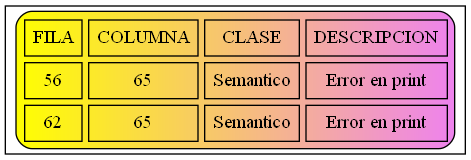
This is Errores.png from JoseMore99/OLC2_P1_201701015, a Graphviz export, as it was before one commit. Its source is kept beside it as Errores.dot.
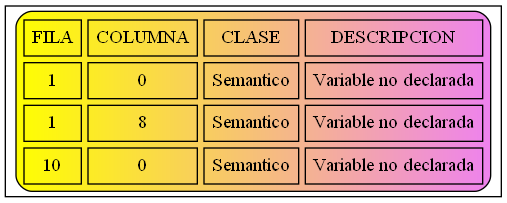
Later version of the same file.

Change to the diagram source:
```diff
@@ -2,7 +2,8 @@
 node [shape=record];
 a0 [label=<<TABLE border="1" cellspacing="5" cellpadding="5" style="rounded" bgcolor="yellow:violet">
 "<TR><TD>FILA</TD><TD>COLUMNA</TD><TD>CLASE</TD><TD>DESCRIPCION</TD></TR>
-<TR><TD>56</TD><TD>65</TD><TD>Semantico</TD><TD>Error en print</TD></TR>
-<TR><TD>62</TD><TD>65</TD><TD>Semantico</TD><TD>Error en print</TD></TR>
+<TR><TD>1</TD><TD>0</TD><TD>Semantico</TD><TD>Variable no declarada</TD></TR>
+<TR><TD>1</TD><TD>8</TD><TD>Semantico</TD><TD>Variable no declarada</TD></TR>
+<TR><TD>10</TD><TD>0</TD><TD>Semantico</TD><TD>Variable no declarada</TD></TR>
 </TABLE>>];
 }
```
